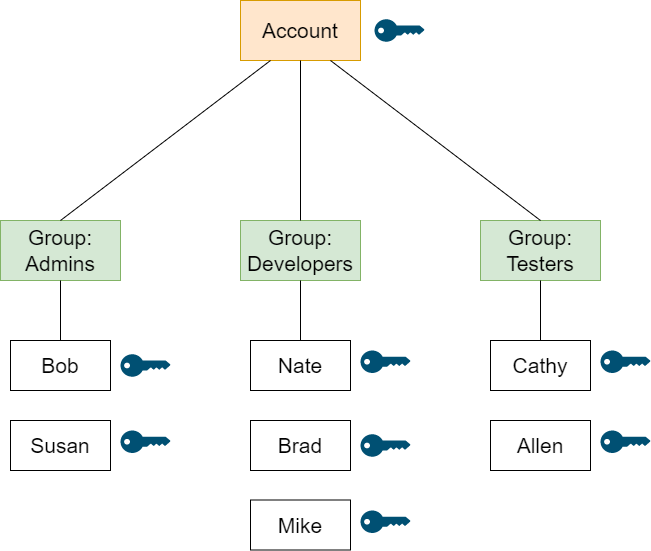
sharmavakul/report-eit-latex keeps this draw.io diagram as graphics/groupusers.png. Above is the earlier version. Source tidied: cells renumbered, new cells last; positions are measured from the earlier drawing's top-left corner, leaving out a move shared by most shapes.
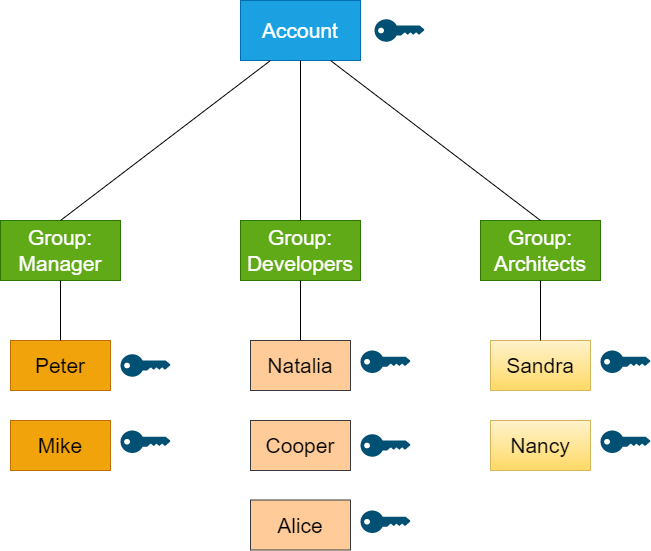
The same diagram one commit later.

Diff of the diagram source:
```diff
@@ -2,37 +2,37 @@
   <root>
     <mxCell id="0" />
     <mxCell id="1" parent="0" />
-    <mxCell id="2" value="&lt;font style=&quot;font-size: 21px;&quot;&gt;Account&lt;/font&gt;" style="rounded=0;whiteSpace=wrap;html=1;fillColor=#ffe6cc;strokeColor=#d79b00;" parent="1" vertex="1">
+    <mxCell id="2" value="&lt;font style=&quot;font-size: 21px;&quot;&gt;Account&lt;/font&gt;" style="rounded=0;whiteSpace=wrap;html=1;fillColor=#1ba1e2;strokeColor=#006EAF;fontColor=#ffffff;" parent="1" vertex="1">
       <mxGeometry x="240" width="120" height="60" as="geometry" />
     </mxCell>
-    <mxCell id="3" value="&lt;font style=&quot;font-size: 21px;&quot;&gt;Group:&lt;br&gt;Admins&lt;/font&gt;" style="rounded=0;whiteSpace=wrap;html=1;fillColor=#d5e8d4;strokeColor=#82b366;" parent="1" vertex="1">
+    <mxCell id="3" value="&lt;font style=&quot;font-size: 21px;&quot;&gt;Group:&lt;br&gt;Manager&lt;/font&gt;" style="rounded=0;whiteSpace=wrap;html=1;fillColor=#60a917;strokeColor=#2D7600;fontColor=#ffffff;" parent="1" vertex="1">
       <mxGeometry y="220" width="120" height="60" as="geometry" />
     </mxCell>
-    <mxCell id="4" value="&lt;font style=&quot;font-size: 21px;&quot;&gt;Group:&lt;br&gt;Testers&lt;/font&gt;" style="rounded=0;whiteSpace=wrap;html=1;fillColor=#d5e8d4;strokeColor=#82b366;" parent="1" vertex="1">
+    <mxCell id="4" value="&lt;font style=&quot;font-size: 21px;&quot;&gt;Group:&lt;br&gt;Architects&lt;/font&gt;" style="rounded=0;whiteSpace=wrap;html=1;fillColor=#60a917;strokeColor=#2D7600;fontColor=#ffffff;" parent="1" vertex="1">
       <mxGeometry x="480" y="220" width="120" height="60" as="geometry" />
     </mxCell>
-    <mxCell id="5" value="&lt;font style=&quot;font-size: 21px;&quot;&gt;Group:&lt;br&gt;Developers&lt;/font&gt;" style="rounded=0;whiteSpace=wrap;html=1;fillColor=#d5e8d4;strokeColor=#82b366;" parent="1" vertex="1">
+    <mxCell id="5" value="&lt;font style=&quot;font-size: 21px;&quot;&gt;Group:&lt;br&gt;Developers&lt;/font&gt;" style="rounded=0;whiteSpace=wrap;html=1;fillColor=#60a917;strokeColor=#2D7600;fontColor=#ffffff;" parent="1" vertex="1">
       <mxGeometry x="240" y="220" width="120" height="60" as="geometry" />
     </mxCell>
-    <mxCell id="6" value="Bob" style="rounded=0;whiteSpace=wrap;html=1;fontSize=21;" parent="1" vertex="1">
+    <mxCell id="6" value="Peter" style="rounded=0;whiteSpace=wrap;html=1;fontSize=21;fillColor=#f0a30a;fontColor=#000000;strokeColor=#BD7000;" parent="1" vertex="1">
       <mxGeometry x="10" y="340" width="100" height="50" as="geometry" />
     </mxCell>
-    <mxCell id="7" value="Susan" style="rounded=0;whiteSpace=wrap;html=1;fontSize=21;" parent="1" vertex="1">
+    <mxCell id="7" value="Mike" style="rounded=0;whiteSpace=wrap;html=1;fontSize=21;fillColor=#f0a30a;fontColor=#000000;strokeColor=#BD7000;" parent="1" vertex="1">
       <mxGeometry x="10" y="420" width="100" height="50" as="geometry" />
     </mxCell>
-    <mxCell id="8" value="Mike" style="rounded=0;whiteSpace=wrap;html=1;fontSize=21;" parent="1" vertex="1">
+    <mxCell id="8" value="Alice" style="rounded=0;whiteSpace=wrap;html=1;fontSize=21;fillColor=#ffcc99;strokeColor=#36393d;" parent="1" vertex="1">
       <mxGeometry x="250" y="499.5" width="100" height="50" as="geometry" />
     </mxCell>
-    <mxCell id="9" value="Brad" style="rounded=0;whiteSpace=wrap;html=1;fontSize=21;" parent="1" vertex="1">
+    <mxCell id="9" value="Cooper" style="rounded=0;whiteSpace=wrap;html=1;fontSize=21;fillColor=#ffcc99;strokeColor=#36393d;" parent="1" vertex="1">
       <mxGeometry x="250" y="420" width="100" height="50" as="geometry" />
     </mxCell>
-    <mxCell id="10" value="Nate" style="rounded=0;whiteSpace=wrap;html=1;fontSize=21;" parent="1" vertex="1">
+    <mxCell id="10" value="Natalia" style="rounded=0;whiteSpace=wrap;html=1;fontSize=21;fillColor=#ffcc99;strokeColor=#36393d;" parent="1" vertex="1">
       <mxGeometry x="250" y="340" width="100" height="50" as="geometry" />
     </mxCell>
-    <mxCell id="11" value="Allen" style="rounded=0;whiteSpace=wrap;html=1;fontSize=21;" parent="1" vertex="1">
+    <mxCell id="11" value="Nancy" style="rounded=0;whiteSpace=wrap;html=1;fontSize=21;fillColor=#fff2cc;gradientColor=#ffd966;strokeColor=#d6b656;" parent="1" vertex="1">
       <mxGeometry x="490" y="420" width="100" height="50" as="geometry" />
     </mxCell>
-    <mxCell id="12" value="Cathy" style="rounded=0;whiteSpace=wrap;html=1;fontSize=21;" parent="1" vertex="1">
+    <mxCell id="12" value="Sandra" style="rounded=0;whiteSpace=wrap;html=1;fontSize=21;fillColor=#fff2cc;gradientColor=#ffd966;strokeColor=#d6b656;" parent="1" vertex="1">
       <mxGeometry x="490" y="340" width="100" height="50" as="geometry" />
     </mxCell>
     <mxCell id="13" style="endArrow=none;html=1;rounded=0;fontSize=21;entryX=0.5;entryY=1;entryDx=0;entryDy=0;exitX=0.5;exitY=0;exitDx=0;exitDy=0;" parent="1" edge="1" source="6" target="3">
```
